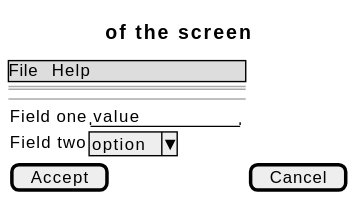
Above: docs/01-requirements/use-cases/viewGrades/wireframes.svg in didactika/kampus (PlantUML), before the change.
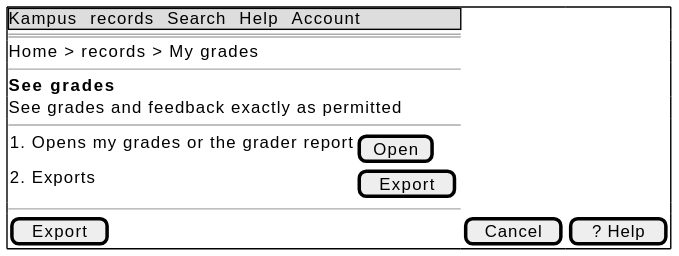
After the change.

Diff of the diagram source:
```diff
@@ -1,13 +1,17 @@
 @startsalt
-{
-  {* File | Help }
+{+
+  {* Kampus | records | Search | Help | Account }
   ==
-  Title of the screen
+  Home > records > My grades
+  --
+  <b>See grades
+  See grades and feedback exactly as permitted
   --
   {
-    Field one | "value        "
-    Field two | ^option^
+    1. Opens my grades or the grader report | [ Open ]
+    2. Exports | [ Export ]
   }
-  [ Accept ] | [ Cancel ]
+  --
+  [ Export ] | [ Cancel ] | [ ? Help ]
 }
 @endsalt
```
